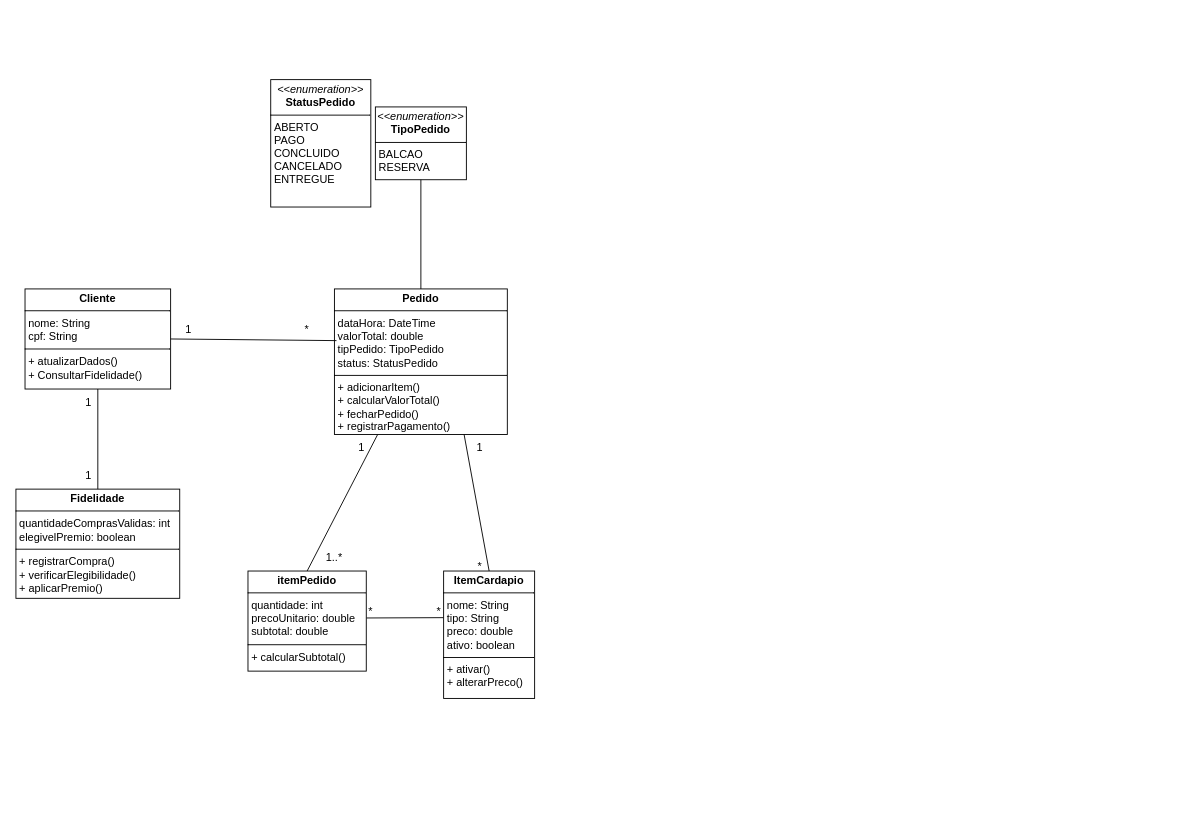
This is Assets/Diagrama de Classses.drawio from garbomurilo/Estocai, a draw.io file, before an edit. Source tidied: cells renumbered, new cells numbered last; positions are measured from the earlier drawing's top-left corner, leaving out a move shared by most shapes. Both pictures are drawn from the tidied source at 91%, with x=0, y=0 at pixel (15, 79).
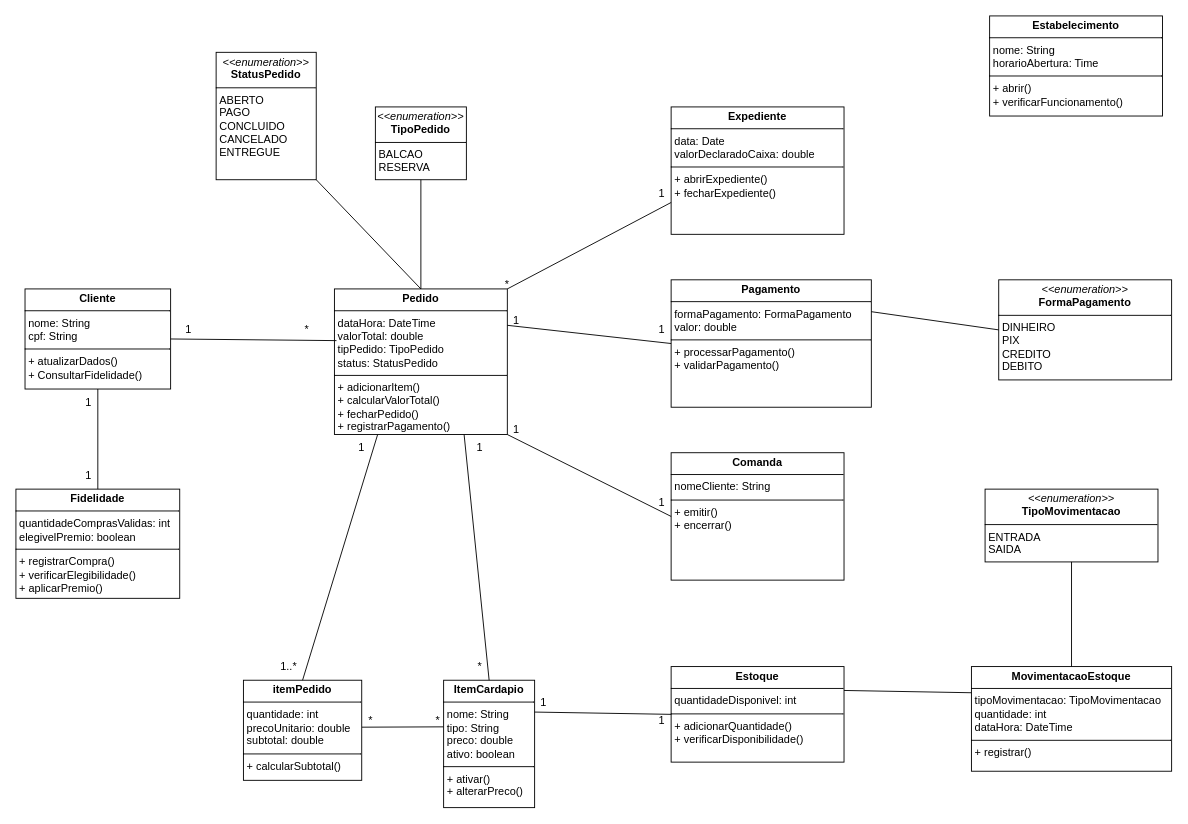
The same page after the edit.

Unchanged cells that the change refers to:
```xml
<mxCell id="2" value="&lt;p style=&quot;margin:0px;margin-top:4px;text-align:center;&quot;&gt;&lt;b&gt;Pedido&lt;/b&gt;&lt;/p&gt;&lt;hr size=&quot;1&quot; style=&quot;border-style:solid;&quot;&gt;&lt;p style=&quot;margin:0px;margin-left:4px;&quot;&gt;dataHora: DateTime&lt;br&gt;valorTotal: double&lt;/p&gt;&lt;p style=&quot;margin:0px;margin-left:4px;&quot;&gt;tipPedido: TipoPedido&lt;/p&gt;&lt;p style=&quot;margin:0px;margin-left:4px;&quot;&gt;status: StatusPedido&lt;/p&gt;&lt;hr size=&quot;1&quot; style=&quot;border-style:solid;&quot;&gt;&lt;p style=&quot;margin:0px;margin-left:4px;&quot;&gt;+ adicionarItem()&lt;br&gt;+ calcularValorTotal()&lt;br&gt;+ fecharPedido()&lt;br&gt;+ registrarPagamento()&lt;/p&gt;" style="verticalAlign=top;align=left;overflow=fill;html=1;whiteSpace=wrap;" parent="1" vertex="1">
  <mxGeometry x="350" y="230" width="190" height="160" as="geometry" />
</mxCell>
```

The edit, as a diff of the source:
```diff
@@
     <mxCell id="12" value="&lt;p style=&quot;margin:0px;margin-top:4px;text-align:center;&quot;&gt;&lt;i&gt;&amp;lt;&amp;lt;enumeration&amp;gt;&amp;gt;&lt;/i&gt;&lt;br&gt;&lt;b&gt;StatusPedido&lt;/b&gt;&lt;/p&gt;&lt;hr size=&quot;1&quot; style=&quot;border-style:solid;&quot;&gt;&lt;p style=&quot;margin:0px;margin-left:4px;&quot;&gt;ABERTO&lt;br&gt;PAGO&lt;br&gt;CONCLUIDO&lt;br&gt;CANCELADO&lt;br&gt;ENTREGUE&lt;/p&gt;" style="verticalAlign=top;align=left;overflow=fill;html=1;whiteSpace=wrap;" parent="1" vertex="1">
-      <mxGeometry x="280" width="110" height="140" as="geometry" />
+      <mxGeometry x="220" y="-30" width="110" height="140" as="geometry" />
     </mxCell>
@@
     <mxCell id="14" value="&lt;p style=&quot;margin:0px;margin-top:4px;text-align:center;&quot;&gt;&lt;b&gt;itemPedido&lt;/b&gt;&lt;/p&gt;&lt;hr size=&quot;1&quot; style=&quot;border-style:solid;&quot;&gt;&lt;p style=&quot;margin:0px;margin-left:4px;&quot;&gt;quantidade: int&lt;br&gt;precoUnitario: double&lt;/p&gt;&lt;p style=&quot;margin:0px;margin-left:4px;&quot;&gt;subtotal: double&lt;/p&gt;&lt;hr size=&quot;1&quot; style=&quot;border-style:solid;&quot;&gt;&lt;p style=&quot;margin:0px;margin-left:4px;&quot;&gt;+ calcularSubtotal()&lt;br&gt;&lt;/p&gt;" style="verticalAlign=top;align=left;overflow=fill;html=1;whiteSpace=wrap;" parent="1" vertex="1">
-      <mxGeometry x="255" y="540" width="130" height="110" as="geometry" />
+      <mxGeometry x="250" y="660" width="130" height="110" as="geometry" />
     </mxCell>
@@
     <mxCell id="17" value="1..*" style="text;html=1;whiteSpace=wrap;strokeColor=none;fillColor=none;align=center;verticalAlign=middle;rounded=0;" parent="1" vertex="1">
-      <mxGeometry x="320" y="510" width="60" height="30" as="geometry" />
+      <mxGeometry x="270" y="630" width="60" height="30" as="geometry" />
     </mxCell>
     <mxCell id="18" value="&lt;p style=&quot;margin:0px;margin-top:4px;text-align:center;&quot;&gt;&lt;b&gt;ItemCardapio&lt;/b&gt;&lt;/p&gt;&lt;hr size=&quot;1&quot; style=&quot;border-style:solid;&quot;&gt;&lt;p style=&quot;margin:0px;margin-left:4px;&quot;&gt;nome: String&lt;br&gt;tipo: String&lt;/p&gt;&lt;p style=&quot;margin:0px;margin-left:4px;&quot;&gt;preco: double&lt;/p&gt;&lt;p style=&quot;margin:0px;margin-left:4px;&quot;&gt;ativo: boolean&lt;/p&gt;&lt;hr size=&quot;1&quot; style=&quot;border-style:solid;&quot;&gt;&lt;p style=&quot;margin:0px;margin-left:4px;&quot;&gt;+ ativar()&lt;br&gt;+ alterarPreco()&lt;/p&gt;" style="verticalAlign=top;align=left;overflow=fill;html=1;whiteSpace=wrap;" parent="1" vertex="1">
-      <mxGeometry x="470" y="540" width="100" height="140" as="geometry" />
+      <mxGeometry x="470" y="660" width="100" height="140" as="geometry" />
     </mxCell>
@@
     <mxCell id="20" value="*" style="text;html=1;whiteSpace=wrap;strokeColor=none;fillColor=none;align=center;verticalAlign=middle;rounded=0;" parent="1" vertex="1">
-      <mxGeometry x="435" y="570" width="60" height="30" as="geometry" />
+      <mxGeometry x="480" y="630" width="60" height="30" as="geometry" />
     </mxCell>
     <mxCell id="21" value="*" style="text;html=1;whiteSpace=wrap;strokeColor=none;fillColor=none;align=center;verticalAlign=middle;rounded=0;" parent="1" vertex="1">
-      <mxGeometry x="360" y="570" width="60" height="30" as="geometry" />
+      <mxGeometry x="360" y="690" width="60" height="30" as="geometry" />
     </mxCell>
@@
-    <mxCell id="24" value="*" style="text;html=1;whiteSpace=wrap;strokeColor=none;fillColor=none;align=center;verticalAlign=middle;rounded=0;" parent="1" vertex="1">
-      <mxGeometry x="480" y="520" width="60" height="30" as="geometry" />
-    </mxCell>
+    <mxCell id="25" value="&lt;p style=&quot;margin:0px;margin-top:4px;text-align:center;&quot;&gt;&lt;b&gt;Expediente&lt;/b&gt;&lt;/p&gt;&lt;hr size=&quot;1&quot; style=&quot;border-style:solid;&quot;&gt;&lt;p style=&quot;margin:0px;margin-left:4px;&quot;&gt;data: Date&lt;br&gt;valorDeclaradoCaixa: double&lt;/p&gt;&lt;hr size=&quot;1&quot; style=&quot;border-style:solid;&quot;&gt;&lt;p style=&quot;margin:0px;margin-left:4px;&quot;&gt;+ abrirExpediente()&lt;br&gt;+ fecharExpediente()&lt;/p&gt;" style="verticalAlign=top;align=left;overflow=fill;html=1;whiteSpace=wrap;" parent="1" vertex="1">
+      <mxGeometry x="720" y="30" width="190" height="140" as="geometry" />
+    </mxCell>
+    <mxCell id="26" value="&lt;p style=&quot;margin:0px;margin-top:4px;text-align:center;&quot;&gt;&lt;b&gt;Pagamento&lt;/b&gt;&lt;/p&gt;&lt;hr size=&quot;1&quot; style=&quot;border-style:solid;&quot;&gt;&lt;p style=&quot;margin:0px;margin-left:4px;&quot;&gt;formaPagamento: FormaPagamento&lt;br&gt;valor: double&lt;/p&gt;&lt;hr size=&quot;1&quot; style=&quot;border-style:solid;&quot;&gt;&lt;p style=&quot;margin:0px;margin-left:4px;&quot;&gt;+ processarPagamento()&lt;br&gt;+ validarPagamento()&lt;/p&gt;" style="verticalAlign=top;align=left;overflow=fill;html=1;whiteSpace=wrap;" parent="1" vertex="1">
+      <mxGeometry x="720" y="220" width="220" height="140" as="geometry" />
+    </mxCell>
+    <mxCell id="27" value="&lt;p style=&quot;margin:0px;margin-top:4px;text-align:center;&quot;&gt;&lt;b&gt;Comanda&lt;/b&gt;&lt;/p&gt;&lt;hr size=&quot;1&quot; style=&quot;border-style:solid;&quot;&gt;&lt;p style=&quot;margin:0px;margin-left:4px;&quot;&gt;nomeCliente: String&lt;br&gt;&lt;/p&gt;&lt;hr size=&quot;1&quot; style=&quot;border-style:solid;&quot;&gt;&lt;p style=&quot;margin:0px;margin-left:4px;&quot;&gt;+ emitir()&lt;br&gt;+ encerrar()&lt;/p&gt;" style="verticalAlign=top;align=left;overflow=fill;html=1;whiteSpace=wrap;" parent="1" vertex="1">
+      <mxGeometry x="720" y="410" width="190" height="140" as="geometry" />
+    </mxCell>
+    <mxCell id="28" value="&lt;p style=&quot;margin:0px;margin-top:4px;text-align:center;&quot;&gt;&lt;b&gt;Estoque&lt;/b&gt;&lt;/p&gt;&lt;hr size=&quot;1&quot; style=&quot;border-style:solid;&quot;&gt;&lt;p style=&quot;margin:0px;margin-left:4px;&quot;&gt;quantidadeDisponivel: int&lt;/p&gt;&lt;hr size=&quot;1&quot; style=&quot;border-style:solid;&quot;&gt;&lt;p style=&quot;margin:0px;margin-left:4px;&quot;&gt;+ adicionarQuantidade()&lt;br&gt;+ verificarDisponibilidade()&lt;/p&gt;" style="verticalAlign=top;align=left;overflow=fill;html=1;whiteSpace=wrap;" parent="1" vertex="1">
+      <mxGeometry x="720" y="645" width="190" height="105" as="geometry" />
+    </mxCell>
+    <mxCell id="29" value="&lt;p style=&quot;margin:0px;margin-top:4px;text-align:center;&quot;&gt;&lt;b&gt;Estabelecimento&lt;/b&gt;&lt;/p&gt;&lt;hr size=&quot;1&quot; style=&quot;border-style:solid;&quot;&gt;&lt;p style=&quot;margin:0px;margin-left:4px;&quot;&gt;nome: String&lt;br&gt;horarioAbertura: Time&lt;/p&gt;&lt;hr size=&quot;1&quot; style=&quot;border-style:solid;&quot;&gt;&lt;p style=&quot;margin:0px;margin-left:4px;&quot;&gt;+ abrir()&lt;br&gt;+ verificarFuncionamento()&lt;/p&gt;" style="verticalAlign=top;align=left;overflow=fill;html=1;whiteSpace=wrap;" parent="1" vertex="1">
+      <mxGeometry x="1070" y="-70" width="190" height="110" as="geometry" />
+    </mxCell>
+    <mxCell id="30" style="endArrow=none;html=1;rounded=0;entryX=1;entryY=1;entryDx=0;entryDy=0;exitX=0.5;exitY=0;exitDx=0;exitDy=0;" parent="1" edge="1" source="2" target="12">
+      <mxGeometry relative="1" as="geometry" />
+    </mxCell>
+    <mxCell id="31" value="&lt;p style=&quot;margin:0px;margin-top:4px;text-align:center;&quot;&gt;&lt;i&gt;&amp;lt;&amp;lt;enumeration&amp;gt;&amp;gt;&lt;/i&gt;&lt;br&gt;&lt;b&gt;FormaPagamento&lt;/b&gt;&lt;/p&gt;&lt;hr size=&quot;1&quot; style=&quot;border-style:solid;&quot;&gt;&lt;p style=&quot;margin:0px;margin-left:4px;&quot;&gt;DINHEIRO&lt;br&gt;PIX&lt;br&gt;CREDITO&lt;br&gt;DEBITO&lt;/p&gt;" style="verticalAlign=top;align=left;overflow=fill;html=1;whiteSpace=wrap;" parent="1" vertex="1">
+      <mxGeometry x="1080" y="220" width="190" height="110" as="geometry" />
+    </mxCell>
+    <mxCell id="32" value="&lt;p style=&quot;margin:0px;margin-top:4px;text-align:center;&quot;&gt;&lt;i&gt;&amp;lt;&amp;lt;enumeration&amp;gt;&amp;gt;&lt;/i&gt;&lt;br&gt;&lt;b&gt;TipoMovimentacao&lt;/b&gt;&lt;/p&gt;&lt;hr size=&quot;1&quot; style=&quot;border-style:solid;&quot;&gt;&lt;p style=&quot;margin:0px;margin-left:4px;&quot;&gt;ENTRADA&lt;/p&gt;&lt;p style=&quot;margin:0px;margin-left:4px;&quot;&gt;SAIDA&lt;/p&gt;" style="verticalAlign=top;align=left;overflow=fill;html=1;whiteSpace=wrap;" parent="1" vertex="1">
+      <mxGeometry x="1065" y="450" width="190" height="80" as="geometry" />
+    </mxCell>
+    <mxCell id="33" value="&lt;p style=&quot;margin:0px;margin-top:4px;text-align:center;&quot;&gt;&lt;b&gt;MovimentacaoEstoque&lt;/b&gt;&lt;/p&gt;&lt;hr size=&quot;1&quot; style=&quot;border-style:solid;&quot;&gt;&lt;p style=&quot;margin:0px;margin-left:4px;&quot;&gt;tipoMovimentacao: TipoMovimentacao&lt;br&gt;quantidade: int&lt;br&gt;dataHora: DateTime&lt;/p&gt;&lt;hr size=&quot;1&quot; style=&quot;border-style:solid;&quot;&gt;&lt;p style=&quot;margin:0px;margin-left:4px;&quot;&gt;+ registrar()&lt;br&gt;&lt;/p&gt;" style="verticalAlign=top;align=left;overflow=fill;html=1;whiteSpace=wrap;" parent="1" vertex="1">
+      <mxGeometry x="1050" y="645" width="220" height="115" as="geometry" />
+    </mxCell>
+    <mxCell id="34" value="*" style="text;html=1;whiteSpace=wrap;strokeColor=none;fillColor=none;align=center;verticalAlign=middle;rounded=0;" parent="1" vertex="1">
+      <mxGeometry x="434" y="690" width="60" height="30" as="geometry" />
+    </mxCell>
+    <mxCell id="35" style="endArrow=none;html=1;rounded=0;exitX=1;exitY=0;exitDx=0;exitDy=0;entryX=0;entryY=0.75;entryDx=0;entryDy=0;" parent="1" edge="1" source="2" target="25">
+      <mxGeometry relative="1" as="geometry" />
+    </mxCell>
+    <mxCell id="36" value="*" style="text;html=1;whiteSpace=wrap;strokeColor=none;fillColor=none;align=center;verticalAlign=middle;rounded=0;" parent="1" vertex="1">
+      <mxGeometry x="510" y="210" width="60" height="30" as="geometry" />
+    </mxCell>
+    <mxCell id="37" value="1" style="text;html=1;whiteSpace=wrap;strokeColor=none;fillColor=none;align=center;verticalAlign=middle;rounded=0;" parent="1" vertex="1">
+      <mxGeometry x="680" y="110" width="60" height="30" as="geometry" />
+    </mxCell>
+    <mxCell id="38" style="endArrow=none;html=1;rounded=0;exitX=1;exitY=0.25;exitDx=0;exitDy=0;entryX=0;entryY=0.5;entryDx=0;entryDy=0;" parent="1" edge="1" source="2" target="26">
+      <mxGeometry relative="1" as="geometry" />
+    </mxCell>
+    <mxCell id="39" value="1" style="text;html=1;whiteSpace=wrap;strokeColor=none;fillColor=none;align=center;verticalAlign=middle;rounded=0;" parent="1" vertex="1">
+      <mxGeometry x="520" y="250" width="60" height="30" as="geometry" />
+    </mxCell>
+    <mxCell id="40" value="1" style="text;html=1;whiteSpace=wrap;strokeColor=none;fillColor=none;align=center;verticalAlign=middle;rounded=0;" parent="1" vertex="1">
+      <mxGeometry x="680" y="260" width="60" height="30" as="geometry" />
+    </mxCell>
+    <mxCell id="41" style="endArrow=none;html=1;rounded=0;entryX=1;entryY=1;entryDx=0;entryDy=0;exitX=0;exitY=0.5;exitDx=0;exitDy=0;" parent="1" edge="1" source="27" target="2">
+      <mxGeometry relative="1" as="geometry" />
+    </mxCell>
+    <mxCell id="42" value="1" style="text;html=1;whiteSpace=wrap;strokeColor=none;fillColor=none;align=center;verticalAlign=middle;rounded=0;" parent="1" vertex="1">
+      <mxGeometry x="520" y="370" width="60" height="30" as="geometry" />
+    </mxCell>
+    <mxCell id="43" value="1" style="text;html=1;whiteSpace=wrap;strokeColor=none;fillColor=none;align=center;verticalAlign=middle;rounded=0;" parent="1" vertex="1">
+      <mxGeometry x="680" y="450" width="60" height="30" as="geometry" />
+    </mxCell>
+    <mxCell id="44" style="endArrow=none;html=1;rounded=0;entryX=0;entryY=0.5;entryDx=0;entryDy=0;exitX=1;exitY=0.25;exitDx=0;exitDy=0;" parent="1" edge="1" source="26" target="31">
+      <mxGeometry relative="1" as="geometry" />
+    </mxCell>
+    <mxCell id="45" style="endArrow=none;html=1;rounded=0;exitX=1;exitY=0.25;exitDx=0;exitDy=0;entryX=0;entryY=0.5;entryDx=0;entryDy=0;" parent="1" edge="1" source="18" target="28">
+      <mxGeometry relative="1" as="geometry" />
+    </mxCell>
+    <mxCell id="46" value="1" style="text;html=1;whiteSpace=wrap;strokeColor=none;fillColor=none;align=center;verticalAlign=middle;rounded=0;" parent="1" vertex="1">
+      <mxGeometry x="550" y="670" width="60" height="30" as="geometry" />
+    </mxCell>
+    <mxCell id="47" value="1" style="text;html=1;whiteSpace=wrap;strokeColor=none;fillColor=none;align=center;verticalAlign=middle;rounded=0;" parent="1" vertex="1">
+      <mxGeometry x="680" y="690" width="60" height="30" as="geometry" />
+    </mxCell>
+    <mxCell id="48" style="endArrow=none;html=1;rounded=0;exitX=1;exitY=0.25;exitDx=0;exitDy=0;entryX=0;entryY=0.25;entryDx=0;entryDy=0;" parent="1" edge="1" source="28" target="33">
+      <mxGeometry relative="1" as="geometry" />
+    </mxCell>
+    <mxCell id="49" style="endArrow=none;html=1;rounded=0;exitX=0.5;exitY=0;exitDx=0;exitDy=0;entryX=0.5;entryY=1;entryDx=0;entryDy=0;" parent="1" edge="1" source="33" target="32">
+      <mxGeometry relative="1" as="geometry" />
+    </mxCell>
```
